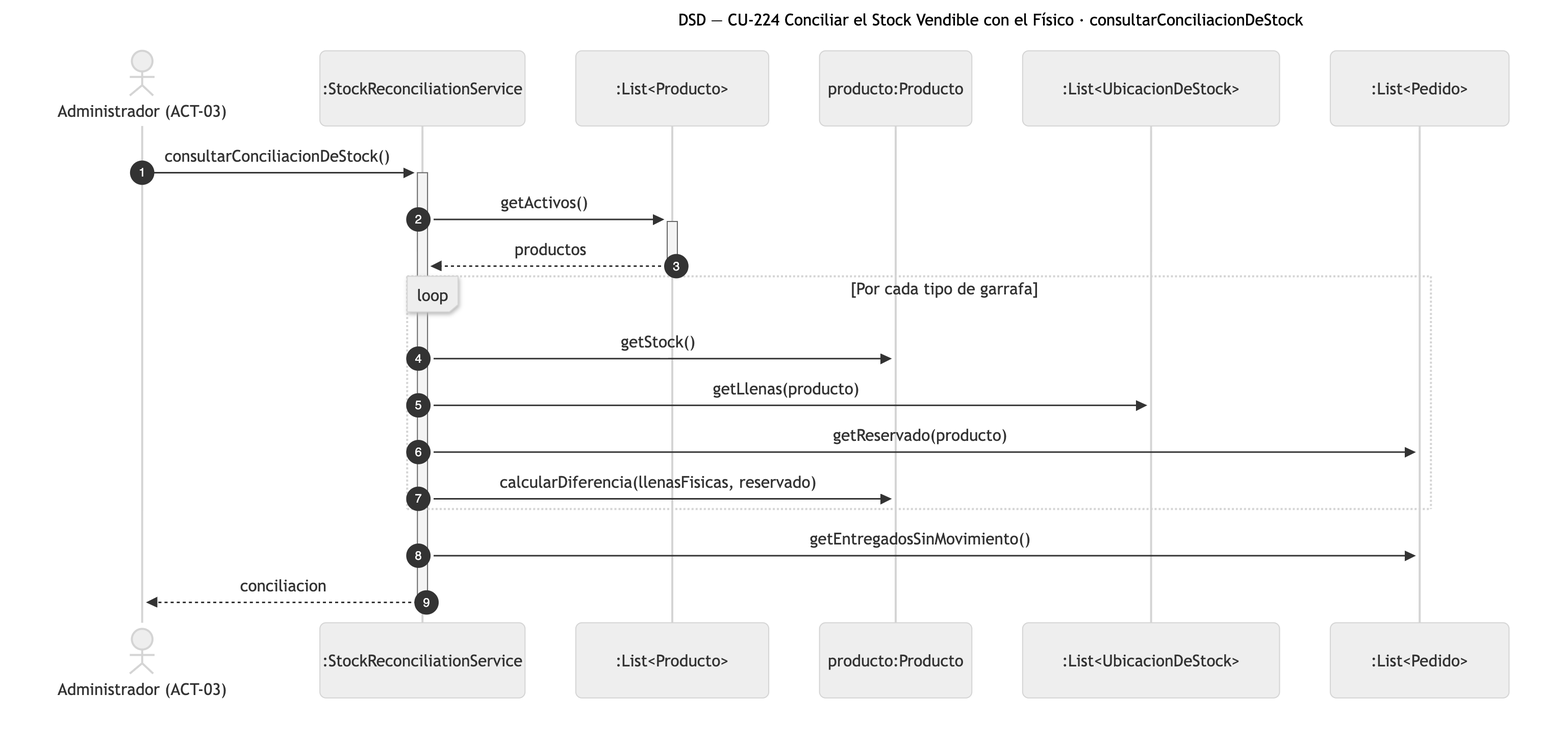
Above: diagramas/png/DSD_CU-224_consultarConciliacionDeStock.png in Nahuelito-Dev/splg-docs (Mermaid), before the change. Its source is kept beside it as diagramas/DSD_CU-224_consultarConciliacionDeStock.mmd.
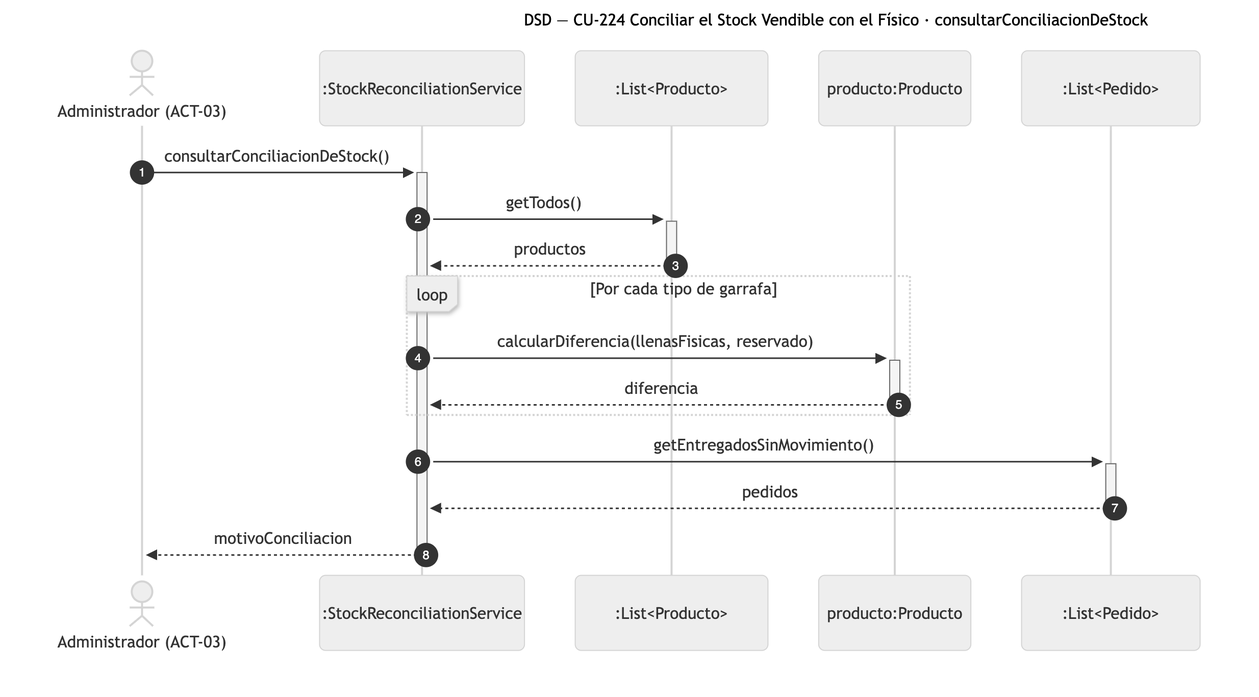
The same file after the commit.

What changed in the source:
```diff
@@ -3,19 +3,17 @@
     autonumber
     actor ADM as Administrador (ACT-03)
     participant SRV as :StockReconciliationService
-    participant PRD as :List#lt;Producto#gt;
+    participant PRS as :List#lt;Producto#gt;
     participant PRO as producto:Producto
-    participant UBS as :List#lt;UbicacionDeStock#gt;
     participant PEDS as :List#lt;Pedido#gt;
 
     ADM->>+SRV: consultarConciliacionDeStock()
-    SRV->>+PRD: getActivos()
-    PRD-->>-SRV: productos
+    SRV->>+PRS: getTodos()
+    PRS-->>-SRV: productos
     loop Por cada tipo de garrafa
-        SRV->>PRO: getStock()
-        SRV->>UBS: getLlenas(producto)
-        SRV->>PEDS: getReservado(producto)
-        SRV->>PRO: calcularDiferencia(llenasFisicas, reservado)
+        SRV->>+PRO: calcularDiferencia(llenasFisicas, reservado)
+        PRO-->>-SRV: diferencia
     end
-    SRV->>PEDS: getEntregadosSinMovimiento()
-    SRV-->>-ADM: conciliacion
+    SRV->>+PEDS: getEntregadosSinMovimiento()
+    PEDS-->>-SRV: pedidos
+    SRV-->>-ADM: motivoConciliacion
```
